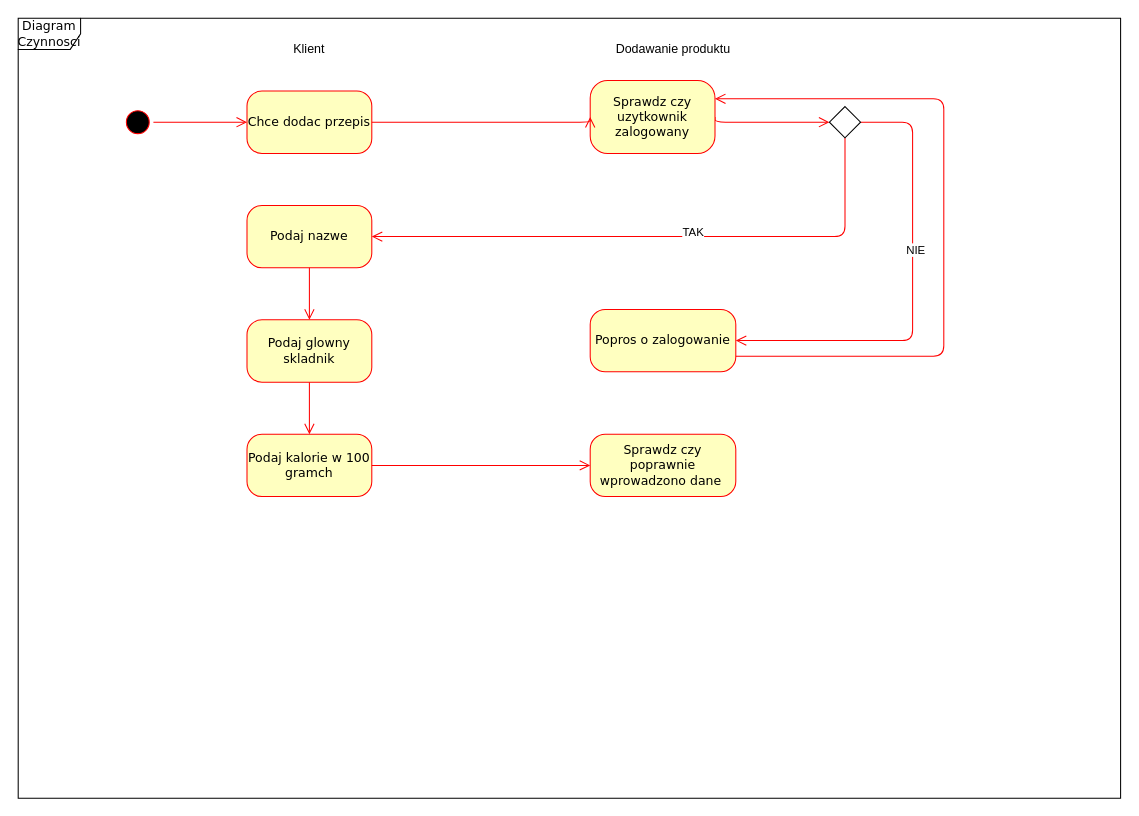
The draw.io diagram ActivityDiagram.drawio in aniauli/inzynieriaOprogramowania, before the edit. Source tidied: cells renumbered, new cells numbered last; positions are measured from the earlier drawing's top-left corner, leaving out a move shared by most shapes. Both pictures are drawn from the tidied source at 104%, with x=0, y=0 at pixel (18, 18).
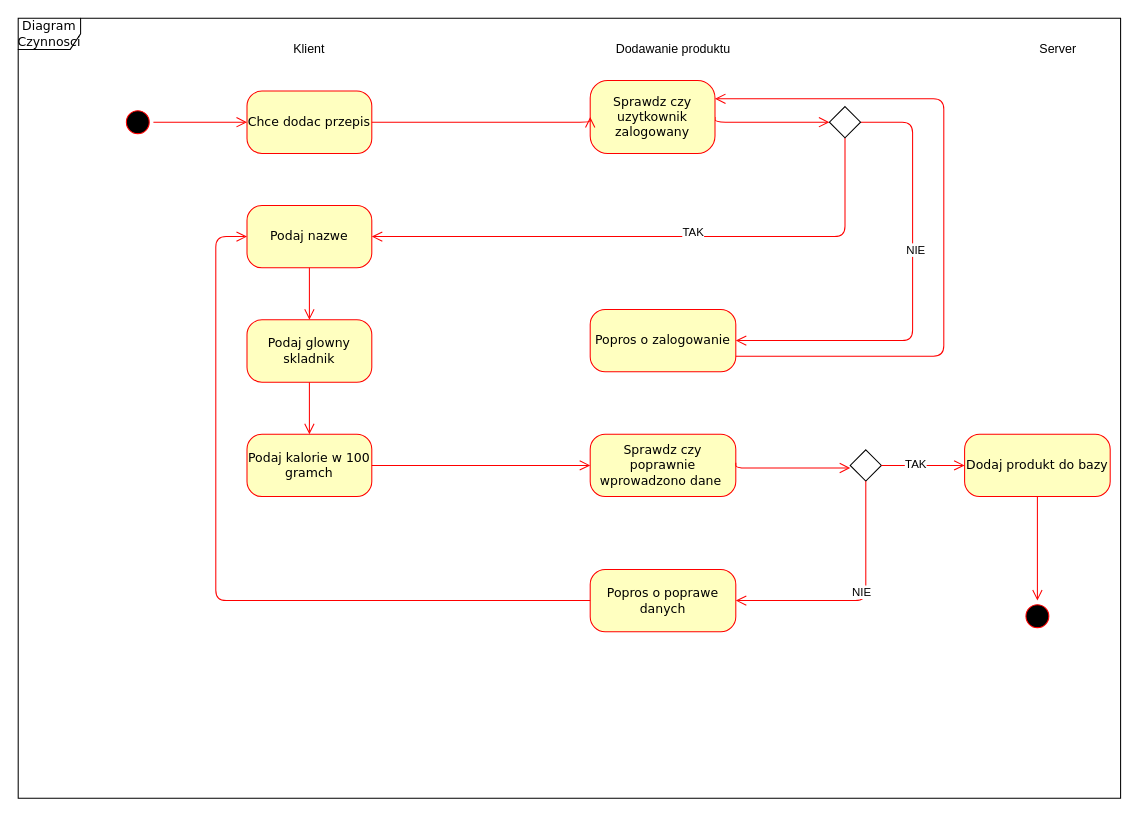
Above is the later version.

The change refers to these unchanged cells:
```xml
<mxCell id="10" value="Podaj nazwe" style="rounded=1;whiteSpace=wrap;html=1;arcSize=24;fillColor=#ffffc0;strokeColor=#ff0000;shadow=0;comic=0;labelBackgroundColor=none;fontFamily=Verdana;fontSize=12;fontColor=#000000;align=center;" parent="1" vertex="1">
  <mxGeometry x="220" y="180" width="120" height="60" as="geometry" />
</mxCell>
```

Change to the diagram source:
```diff
@@
+    <mxCell id="25" style="edgeStyle=orthogonalEdgeStyle;html=1;exitX=1;exitY=0.5;labelBackgroundColor=none;endArrow=open;endSize=8;strokeColor=#ff0000;fontFamily=Verdana;fontSize=12;align=left;entryX=0;entryY=0.5;entryDx=0;entryDy=0;exitDx=0;exitDy=0;" parent="1" edge="1">
+      <mxGeometry relative="1" as="geometry">
+        <mxPoint x="690" y="427.5" as="sourcePoint" />
+        <mxPoint x="800" y="432.5" as="targetPoint" />
+        <Array as="points">
+          <mxPoint x="690" y="432.5" />
+        </Array>
+      </mxGeometry>
+    </mxCell>
+    <mxCell id="26" style="rhombus;whiteSpace=wrap;html=1;" parent="1" vertex="1">
+      <mxGeometry x="800" y="415" width="30" height="30" as="geometry" />
+    </mxCell>
+    <mxCell id="27" style="edgeStyle=orthogonalEdgeStyle;html=1;exitX=1;exitY=0.5;labelBackgroundColor=none;endArrow=open;endSize=8;strokeColor=#ff0000;fontFamily=Verdana;fontSize=12;align=left;exitDx=0;exitDy=0;entryX=0;entryY=0.5;entryDx=0;entryDy=0;" parent="1" edge="1" target="32">
+      <mxGeometry relative="1" as="geometry">
+        <mxPoint x="830" y="430" as="sourcePoint" />
+        <Array as="points">
+          <mxPoint x="860" y="430" />
+          <mxPoint x="860" y="430" />
+        </Array>
+      </mxGeometry>
+    </mxCell>
+    <mxCell id="28" value="TAK" style="edgeLabel;html=1;align=center;verticalAlign=middle;" parent="27" vertex="1">
+      <mxGeometry x="-0.2" y="2" relative="1" as="geometry" />
+    </mxCell>
+    <mxCell id="29" style="edgeStyle=orthogonalEdgeStyle;html=1;exitX=0.5;exitY=1;entryX=1;entryY=0.5;labelBackgroundColor=none;endArrow=open;endSize=8;strokeColor=#ff0000;fontFamily=Verdana;fontSize=12;align=left;exitDx=0;exitDy=0;entryDx=0;entryDy=0;" parent="1" edge="1" source="26" target="35">
+      <mxGeometry relative="1" as="geometry">
+        <Array as="points">
+          <mxPoint x="815" y="560" />
+        </Array>
+      </mxGeometry>
+    </mxCell>
+    <mxCell id="30" value="NIE" style="edgeLabel;html=1;align=center;verticalAlign=middle;" parent="29" vertex="1">
+      <mxGeometry x="-0.12" y="-5" relative="1" as="geometry" />
+    </mxCell>
+    <mxCell id="31" value="Server&lt;br&gt;" style="text;html=1;strokeColor=none;fillColor=none;align=center;verticalAlign=middle;whiteSpace=wrap;rounded=0;" parent="1" vertex="1">
+      <mxGeometry x="980" y="20" width="40" height="20" as="geometry" />
+    </mxCell>
+    <mxCell id="32" value="Dodaj produkt do bazy" style="rounded=1;whiteSpace=wrap;html=1;arcSize=24;fillColor=#ffffc0;strokeColor=#ff0000;shadow=0;comic=0;labelBackgroundColor=none;fontFamily=Verdana;fontSize=12;fontColor=#000000;align=center;" parent="1" vertex="1">
+      <mxGeometry x="910" y="400" width="140" height="60" as="geometry" />
+    </mxCell>
+    <mxCell id="33" style="edgeStyle=orthogonalEdgeStyle;html=1;labelBackgroundColor=none;endArrow=open;endSize=8;strokeColor=#ff0000;fontFamily=Verdana;fontSize=12;align=left;exitX=0.5;exitY=1;exitDx=0;exitDy=0;" parent="1" edge="1" source="32" target="34">
+      <mxGeometry relative="1" as="geometry" />
+    </mxCell>
+    <mxCell id="34" style="ellipse;html=1;shape=startState;fillColor=#000000;strokeColor=#ff0000;rounded=1;shadow=0;comic=0;labelBackgroundColor=none;fontFamily=Verdana;fontSize=12;fontColor=#000000;align=center;direction=south;" parent="1" vertex="1">
+      <mxGeometry x="965" y="560" width="30" height="30" as="geometry" />
+    </mxCell>
+    <mxCell id="35" value="Popros o poprawe danych" style="rounded=1;whiteSpace=wrap;html=1;arcSize=24;fillColor=#ffffc0;strokeColor=#ff0000;shadow=0;comic=0;labelBackgroundColor=none;fontFamily=Verdana;fontSize=12;fontColor=#000000;align=center;" parent="1" vertex="1">
+      <mxGeometry x="550" y="530" width="140" height="60" as="geometry" />
+    </mxCell>
+    <mxCell id="36" style="edgeStyle=orthogonalEdgeStyle;html=1;exitX=0;exitY=0.5;entryX=0;entryY=0.5;labelBackgroundColor=none;endArrow=open;endSize=8;strokeColor=#ff0000;fontFamily=Verdana;fontSize=12;align=left;exitDx=0;exitDy=0;entryDx=0;entryDy=0;" parent="1" edge="1" source="35" target="10">
+      <mxGeometry relative="1" as="geometry">
+        <Array as="points">
+          <mxPoint x="190" y="560" />
+          <mxPoint x="190" y="210" />
+        </Array>
+      </mxGeometry>
+    </mxCell>
```
